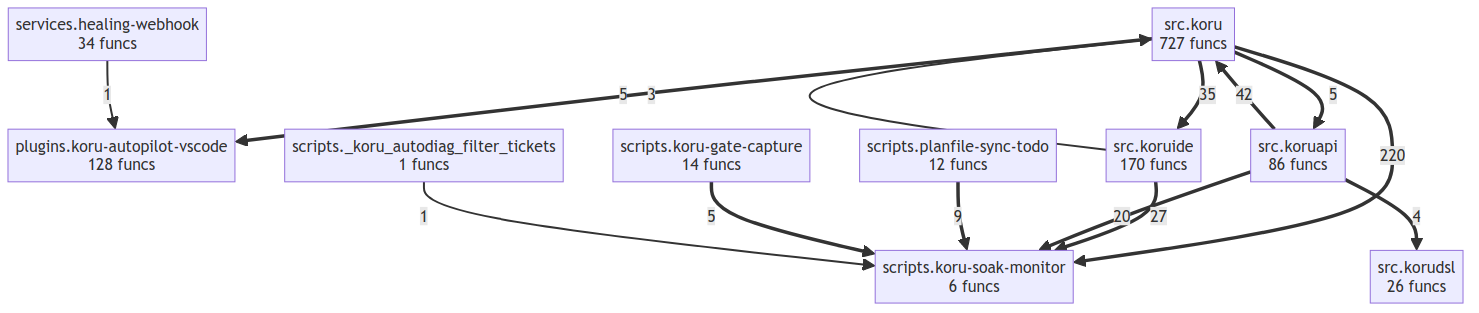
Above: project/compact_flow.png in semcod/koru (Mermaid), before the change. Its source is kept beside it as project/compact_flow.mmd.
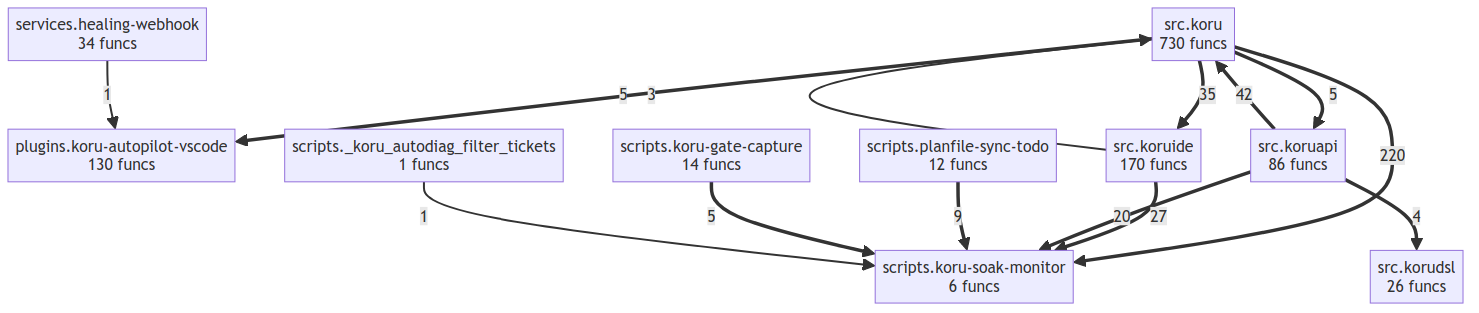
Later version of the same file.

Diff of the diagram source:
```diff
@@ -1,11 +1,11 @@
 flowchart TD
-    plugins__koru_autopilot_vscode["plugins.koru-autopilot-vscode<br/>128 funcs"]
+    plugins__koru_autopilot_vscode["plugins.koru-autopilot-vscode<br/>130 funcs"]
     scripts___koru_autodiag_filter_tickets["scripts._koru_autodiag_filter_tickets<br/>1 funcs"]
     scripts__koru_gate_capture["scripts.koru-gate-capture<br/>14 funcs"]
     scripts__koru_soak_monitor["scripts.koru-soak-monitor<br/>6 funcs"]
     scripts__planfile_sync_todo["scripts.planfile-sync-todo<br/>12 funcs"]
     services__healing_webhook["services.healing-webhook<br/>34 funcs"]
-    src__koru["src.koru<br/>727 funcs"]
+    src__koru["src.koru<br/>730 funcs"]
     src__koruapi["src.koruapi<br/>86 funcs"]
     src__korudsl["src.korudsl<br/>26 funcs"]
     src__koruide["src.koruide<br/>170 funcs"]
```
